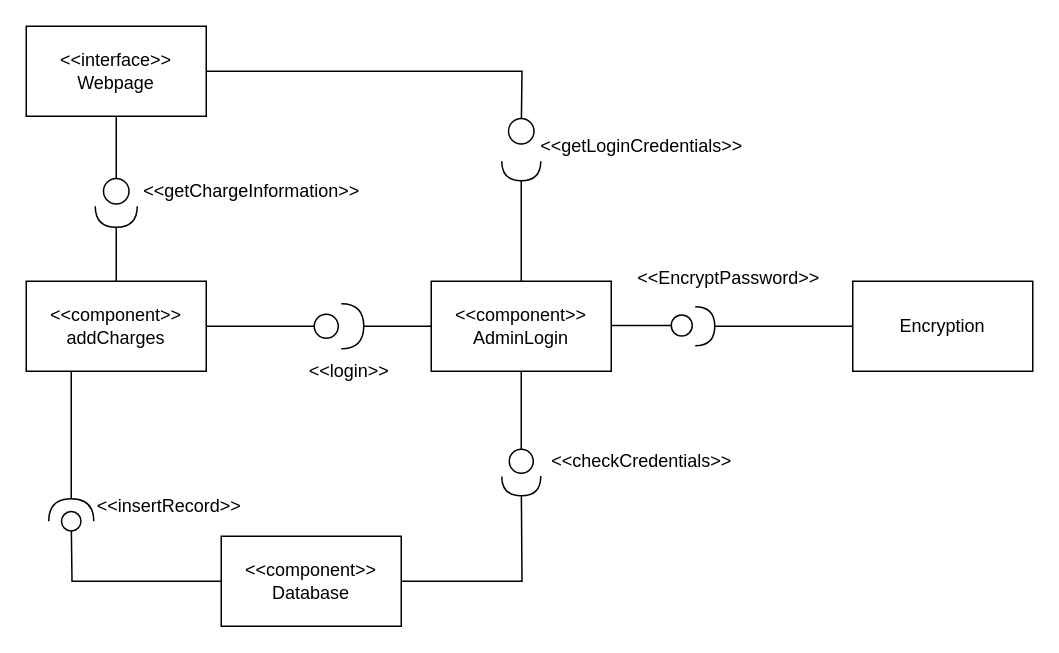
Earlier version of the draw.io diagram page "AddCharges" (2 of 8) of DesignDocument1.drawio (ImBrent/ClassWork). Source tidied: cells renumbered, new cells numbered last; positions are measured from the earlier drawing's top-left corner, leaving out a move shared by most shapes. Both pictures are drawn from the tidied source at 150%, with x=0, y=0 at pixel (26, 26).
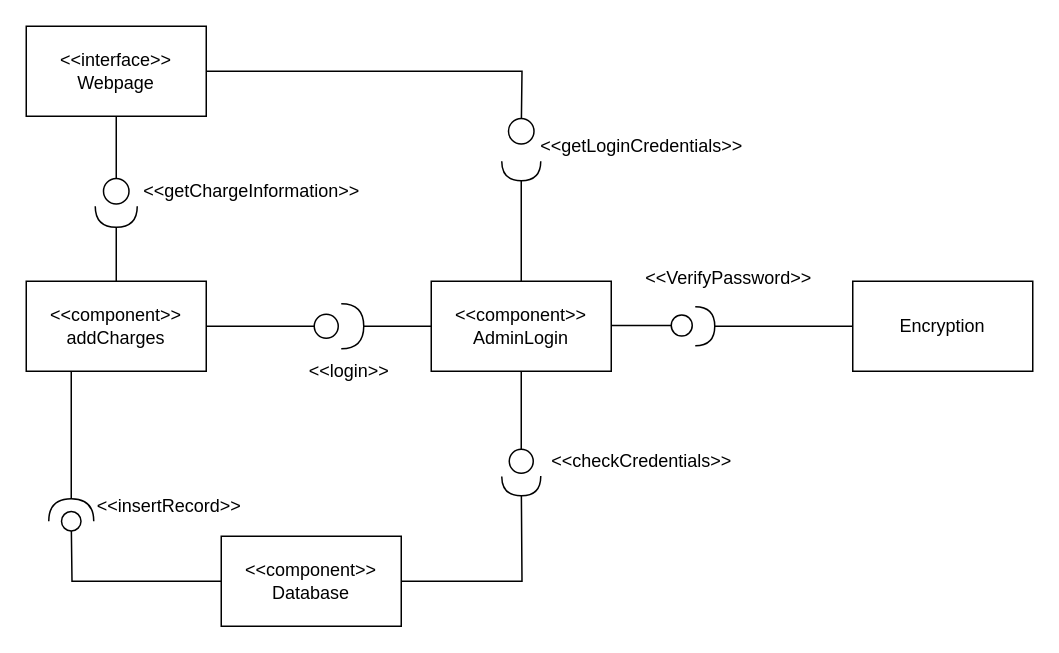
After the change.

Change to the diagram source:
```diff
@@
-    <mxCell id="25" value="&amp;lt;&amp;lt;EncryptPassword&amp;gt;&amp;gt;" style="text;html=1;align=center;verticalAlign=middle;" parent="1" vertex="1">
-      <mxGeometry x="401" y="159" width="134" height="18" as="geometry" />
+    <mxCell id="25" value="&amp;lt;&amp;lt;VerifyPassword&amp;gt;&amp;gt;" style="text;html=1;align=center;verticalAlign=middle;" parent="1" vertex="1">
+      <mxGeometry x="405" y="159" width="126" height="18" as="geometry" />
     </mxCell>
```
